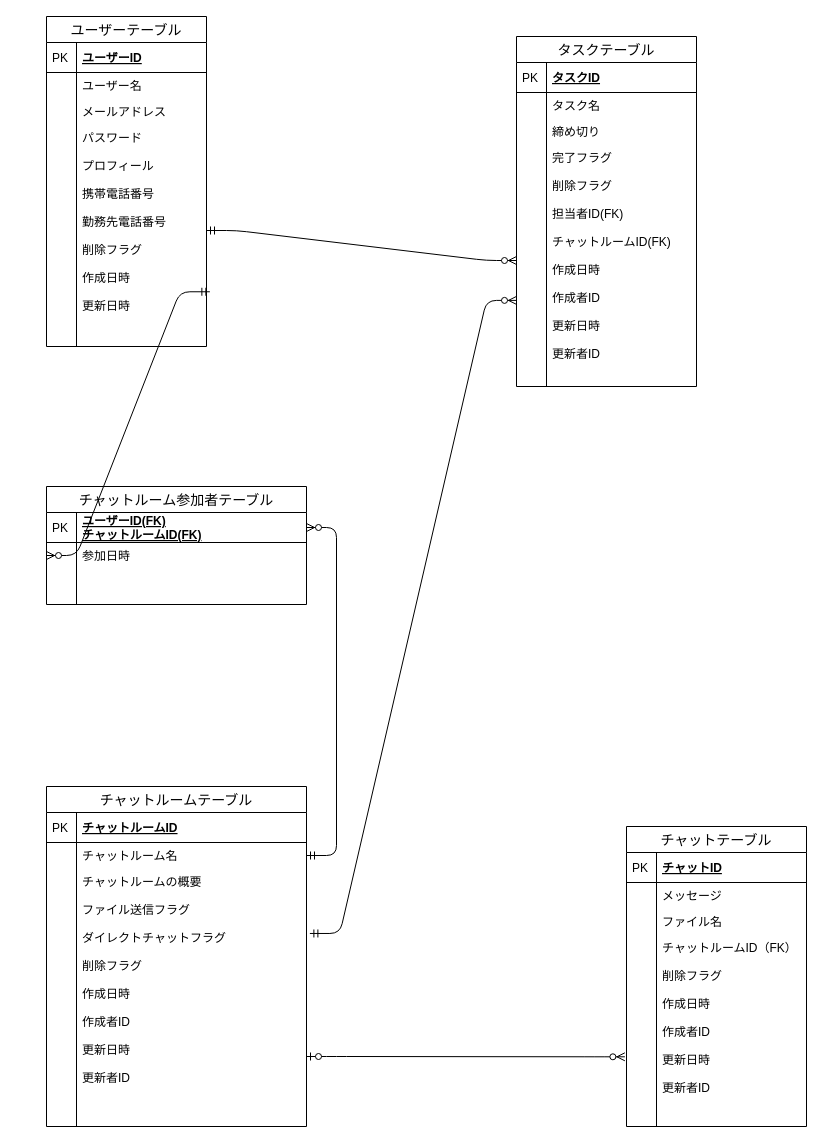
This is db/db-challenge1/challenge.dio from shootaa/quelcode-db, a draw.io file, before an edit. Source tidied: cells renumbered, new cells numbered last; positions are measured from the earlier drawing's top-left corner, leaving out a move shared by most shapes. Both pictures are drawn from the tidied source at 100%, with x=0, y=0 at pixel (46, 16).
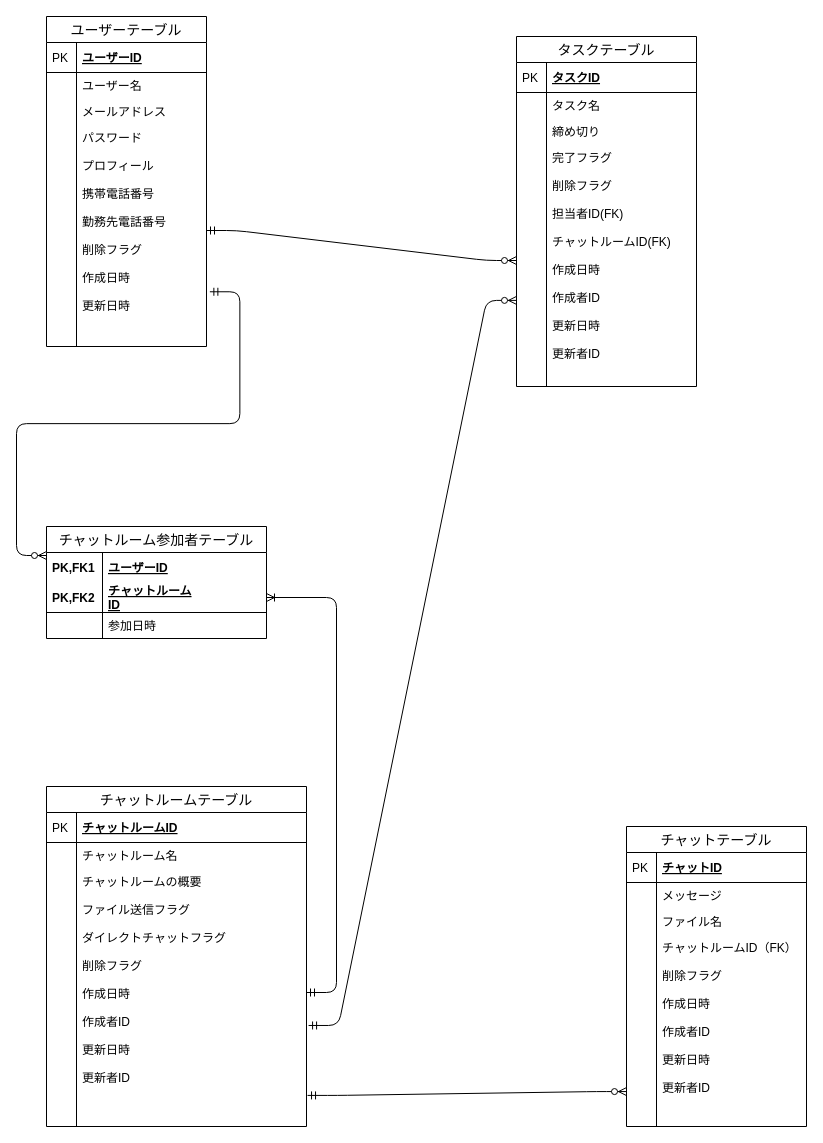
The same diagram, later.

The change refers to these unchanged cells:
```xml
<mxCell id="9" value="パスワード&#10;&#10;プロフィール&#10;&#10;携帯電話番号&#10;&#10;勤務先電話番号&#10;&#10;削除フラグ&#10;&#10;作成日時&#10;&#10;更新日時&#10;&#10;" style="shape=partialRectangle;top=0;left=0;right=0;bottom=0;align=left;verticalAlign=top;fillColor=none;spacingLeft=34;spacingRight=4;overflow=hidden;points=[[0,0.5],[1,0.5]];portConstraint=eastwest;fontSize=12;" parent="2" vertex="1">
  <mxGeometry y="108" width="160" height="212" as="geometry" />
</mxCell>
<mxCell id="20" value="完了フラグ&#10;&#10;削除フラグ&#10;&#10;担当者ID(FK)&#10;&#10;チャットルームID(FK)&#10;&#10;作成日時&#10;&#10;作成者ID&#10;&#10;更新日時&#10;&#10;更新者ID&#10;&#10;" style="shape=partialRectangle;top=0;left=0;right=0;bottom=0;align=left;verticalAlign=top;fillColor=none;spacingLeft=34;spacingRight=4;overflow=hidden;points=[[0,0.5],[1,0.5]];portConstraint=eastwest;fontSize=12;" parent="13" vertex="1">
  <mxGeometry y="108" width="180" height="232" as="geometry" />
</mxCell>
<mxCell id="36" value="チャットルーム名&#10;" style="shape=partialRectangle;top=0;left=0;right=0;bottom=0;align=left;verticalAlign=top;fillColor=none;spacingLeft=34;spacingRight=4;overflow=hidden;points=[[0,0.5],[1,0.5]];portConstraint=eastwest;fontSize=12;" parent="33" vertex="1">
  <mxGeometry y="56" width="260" height="26" as="geometry" />
</mxCell>
<mxCell id="38" value="チャットルームの概要&#10;&#10;ファイル送信フラグ&#10;&#10;ダイレクトチャットフラグ&#10;&#10;削除フラグ&#10;&#10;作成日時&#10;&#10;作成者ID&#10;&#10;更新日時&#10;&#10;更新者ID&#10;&#10;" style="shape=partialRectangle;top=0;left=0;right=0;bottom=0;align=left;verticalAlign=top;fillColor=none;spacingLeft=34;spacingRight=4;overflow=hidden;points=[[0,0.5],[1,0.5]];portConstraint=eastwest;fontSize=12;" parent="33" vertex="1">
  <mxGeometry y="82" width="260" height="248" as="geometry" />
</mxCell>
<mxCell id="49" value="チャットルームID（FK）&#10;&#10;削除フラグ&#10;&#10;作成日時&#10;&#10;作成者ID&#10;&#10;更新日時&#10;&#10;更新者ID&#10;" style="shape=partialRectangle;top=0;left=0;right=0;bottom=0;align=left;verticalAlign=top;fillColor=none;spacingLeft=34;spacingRight=4;overflow=hidden;points=[[0,0.5],[1,0.5]];portConstraint=eastwest;fontSize=12;" parent="42" vertex="1">
  <mxGeometry y="108" width="180" height="182" as="geometry" />
</mxCell>
```

Change to the diagram source:
```diff
@@
-    <mxCell id="24" value="チャットルーム参加者テーブル" style="swimlane;fontStyle=0;horizontal=1;startSize=26;align=center;fontSize=14;" parent="1" vertex="1">
-      <mxGeometry y="470" width="260" height="118" as="geometry" />
-    </mxCell>
-    <mxCell id="25" value="ユーザーID(FK)&#10;チャットルームID(FK)" style="shape=partialRectangle;top=0;left=0;right=0;bottom=1;align=left;verticalAlign=middle;fillColor=none;spacingLeft=34;spacingRight=4;overflow=hidden;points=[[0,0.5],[1,0.5]];portConstraint=eastwest;fontStyle=5;fontSize=12;" parent="24" vertex="1">
-      <mxGeometry y="26" width="260" height="30" as="geometry" />
-    </mxCell>
-    <mxCell id="26" value="PK" style="shape=partialRectangle;top=0;left=0;bottom=0;fillColor=none;align=left;verticalAlign=middle;spacingLeft=4;spacingRight=4;overflow=hidden;fontSize=12;" parent="25" vertex="1">
-      <mxGeometry width="30" height="30" as="geometry" />
-    </mxCell>
-    <mxCell id="27" value="参加日時&#10;" style="shape=partialRectangle;top=0;left=0;right=0;bottom=0;align=left;verticalAlign=top;fillColor=none;spacingLeft=34;spacingRight=4;overflow=hidden;points=[[0,0.5],[1,0.5]];portConstraint=eastwest;fontSize=12;" parent="24" vertex="1">
-      <mxGeometry y="56" width="260" height="26" as="geometry" />
-    </mxCell>
-    <mxCell id="28" style="shape=partialRectangle;top=0;left=0;bottom=0;fillColor=none;align=left;verticalAlign=top;spacingLeft=4;spacingRight=4;overflow=hidden;fontSize=12;" parent="27" vertex="1">
-      <mxGeometry width="30" height="26" as="geometry" />
-    </mxCell>
-    <mxCell id="29" style="shape=partialRectangle;top=0;left=0;right=0;bottom=0;align=left;verticalAlign=top;fillColor=none;spacingLeft=34;spacingRight=4;overflow=hidden;fontSize=12;" parent="24" vertex="1">
-      <mxGeometry y="82" width="260" height="26" as="geometry" />
-    </mxCell>
-    <mxCell id="30" style="shape=partialRectangle;top=0;left=0;bottom=0;fillColor=none;align=left;verticalAlign=top;spacingLeft=4;spacingRight=4;overflow=hidden;fontSize=12;" parent="29" vertex="1">
-      <mxGeometry width="30" height="26" as="geometry" />
-    </mxCell>
-    <mxCell id="31" style="shape=partialRectangle;top=0;left=0;right=0;bottom=0;align=left;verticalAlign=top;fillColor=none;spacingLeft=34;spacingRight=4;overflow=hidden;fontSize=12;" parent="24" vertex="1">
-      <mxGeometry y="108" width="260" height="10" as="geometry" />
-    </mxCell>
-    <mxCell id="32" style="shape=partialRectangle;top=0;left=0;bottom=0;fillColor=none;align=left;verticalAlign=top;spacingLeft=4;spacingRight=4;overflow=hidden;fontSize=12;" parent="31" vertex="1">
-      <mxGeometry width="30" height="10" as="geometry" />
-    </mxCell>
@@
-    <mxCell id="53" style="edgeStyle=entityRelationEdgeStyle;fontSize=12;html=1;endArrow=ERzeroToMany;startArrow=ERzeroToOne;entryX=-0.009;entryY=0.672;entryDx=0;entryDy=0;entryPerimeter=0;" parent="1" edge="1" target="49">
-      <mxGeometry relative="1" as="geometry">
-        <mxPoint x="260" y="1040" as="sourcePoint" />
-      </mxGeometry>
-    </mxCell>
-    <mxCell id="54" style="edgeStyle=entityRelationEdgeStyle;fontSize=12;html=1;endArrow=ERzeroToMany;startArrow=ERmandOne;entryX=0;entryY=0.672;entryDx=0;entryDy=0;entryPerimeter=0;exitX=1.013;exitY=0.262;exitDx=0;exitDy=0;exitPerimeter=0;" parent="1" edge="1" source="38" target="20">
+    <mxCell id="54" style="edgeStyle=entityRelationEdgeStyle;fontSize=12;html=1;endArrow=ERzeroToMany;startArrow=ERmandOne;entryX=0;entryY=0.672;entryDx=0;entryDy=0;entryPerimeter=0;exitX=1.008;exitY=0.633;exitDx=0;exitDy=0;exitPerimeter=0;" parent="1" edge="1" source="38" target="20">
       <mxGeometry relative="1" as="geometry" />
     </mxCell>
@@
-    <mxCell id="56" style="edgeStyle=entityRelationEdgeStyle;fontSize=12;html=1;endArrow=ERzeroToMany;startArrow=ERmandOne;exitX=1.021;exitY=0.789;exitDx=0;exitDy=0;exitPerimeter=0;entryX=0;entryY=0.5;entryDx=0;entryDy=0;" parent="1" edge="1" source="9" target="27">
-      <mxGeometry relative="1" as="geometry" />
+    <mxCell id="56" style="edgeStyle=entityRelationEdgeStyle;fontSize=12;html=1;endArrow=ERzeroToMany;startArrow=ERmandOne;exitX=1.021;exitY=0.789;exitDx=0;exitDy=0;exitPerimeter=0;entryX=0;entryY=0.5;entryDx=0;entryDy=0;" parent="1" edge="1" source="9">
+      <mxGeometry relative="1" as="geometry">
+        <mxPoint y="539" as="targetPoint" />
+      </mxGeometry>
     </mxCell>
-    <mxCell id="57" style="edgeStyle=entityRelationEdgeStyle;fontSize=12;html=1;endArrow=ERzeroToMany;startArrow=ERmandOne;exitX=1;exitY=0.5;exitDx=0;exitDy=0;" parent="1" edge="1" source="36" target="25">
-      <mxGeometry relative="1" as="geometry" />
-    </mxCell>
+    <mxCell id="58" style="edgeStyle=entityRelationEdgeStyle;fontSize=12;html=1;endArrow=ERoneToMany;startArrow=ERmandOne;" parent="1" edge="1" source="38" target="61">
+      <mxGeometry relative="1" as="geometry" />
+    </mxCell>
+    <mxCell id="24" value="チャットルーム参加者テーブル" style="swimlane;fontStyle=0;horizontal=1;startSize=26;align=center;fontSize=14;" parent="1" vertex="1">
+      <mxGeometry y="510" width="220" height="112" as="geometry" />
+    </mxCell>
+    <mxCell id="59" value="ユーザーID" style="shape=partialRectangle;top=0;left=0;right=0;bottom=0;align=left;verticalAlign=middle;fillColor=none;spacingLeft=60;spacingRight=4;overflow=hidden;fontStyle=5;fontSize=12;" parent="24" vertex="1">
+      <mxGeometry y="26" width="220" height="30" as="geometry" />
+    </mxCell>
+    <mxCell id="60" value="PK,FK1" style="shape=partialRectangle;fontStyle=1;top=0;left=0;bottom=0;fillColor=none;align=left;verticalAlign=middle;spacingLeft=4;spacingRight=4;overflow=hidden;fontSize=12;" parent="59" vertex="1">
+      <mxGeometry width="56" height="30" as="geometry" />
+    </mxCell>
+    <mxCell id="61" value="チャットルーム&#10;ID" style="shape=partialRectangle;top=0;left=0;right=0;bottom=1;align=left;verticalAlign=middle;fillColor=none;spacingLeft=60;spacingRight=4;overflow=hidden;points=[[0,0.5],[1,0.5]];portConstraint=eastwest;fontStyle=5;fontSize=12;" parent="24" vertex="1">
+      <mxGeometry y="56" width="220" height="30" as="geometry" />
+    </mxCell>
+    <mxCell id="62" value="PK,FK2" style="shape=partialRectangle;fontStyle=1;top=0;left=0;bottom=0;fillColor=none;align=left;verticalAlign=middle;spacingLeft=4;spacingRight=4;overflow=hidden;fontSize=12;" parent="61" vertex="1">
+      <mxGeometry width="56" height="30" as="geometry" />
+    </mxCell>
+    <mxCell id="27" value="参加日時" style="shape=partialRectangle;top=0;left=0;right=0;bottom=0;align=left;verticalAlign=top;fillColor=none;spacingLeft=60;spacingRight=4;overflow=hidden;points=[[0,0.5],[1,0.5]];portConstraint=eastwest;fontSize=12;" parent="24" vertex="1">
+      <mxGeometry y="86" width="220" height="26" as="geometry" />
+    </mxCell>
+    <mxCell id="63" style="shape=partialRectangle;top=0;left=0;bottom=0;fillColor=none;align=left;verticalAlign=top;spacingLeft=4;spacingRight=4;overflow=hidden;fontSize=12;" parent="27" vertex="1">
+      <mxGeometry width="56" height="26" as="geometry" />
+    </mxCell>
+    <mxCell id="64" style="edgeStyle=entityRelationEdgeStyle;fontSize=12;html=1;endArrow=ERzeroToMany;startArrow=ERmandOne;exitX=1.004;exitY=0.915;exitDx=0;exitDy=0;exitPerimeter=0;entryX=0;entryY=0.863;entryDx=0;entryDy=0;entryPerimeter=0;" parent="1" edge="1" source="38" target="49">
+      <mxGeometry relative="1" as="geometry" />
+    </mxCell>
```
